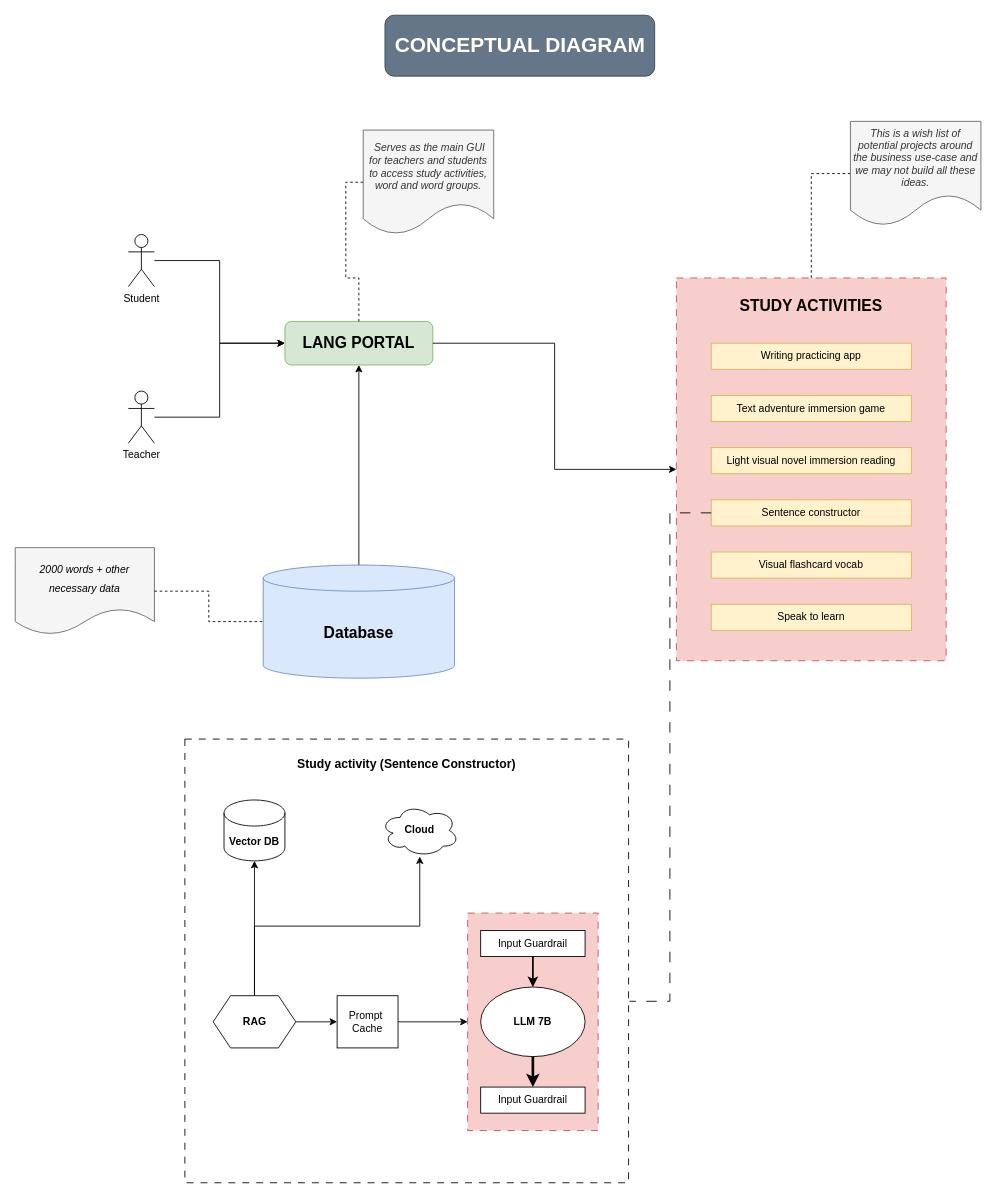
Above: genai-architecting/GenAI_architecture.drawio in viakos/free-genai-bootcamp-2025 (draw.io), before the change. Source tidied: cells renumbered, new cells numbered last; positions are measured from the earlier drawing's top-left corner, leaving out a move shared by most shapes. Both pictures are drawn from the tidied source at 87%, with x=0, y=0 at pixel (15, 15).
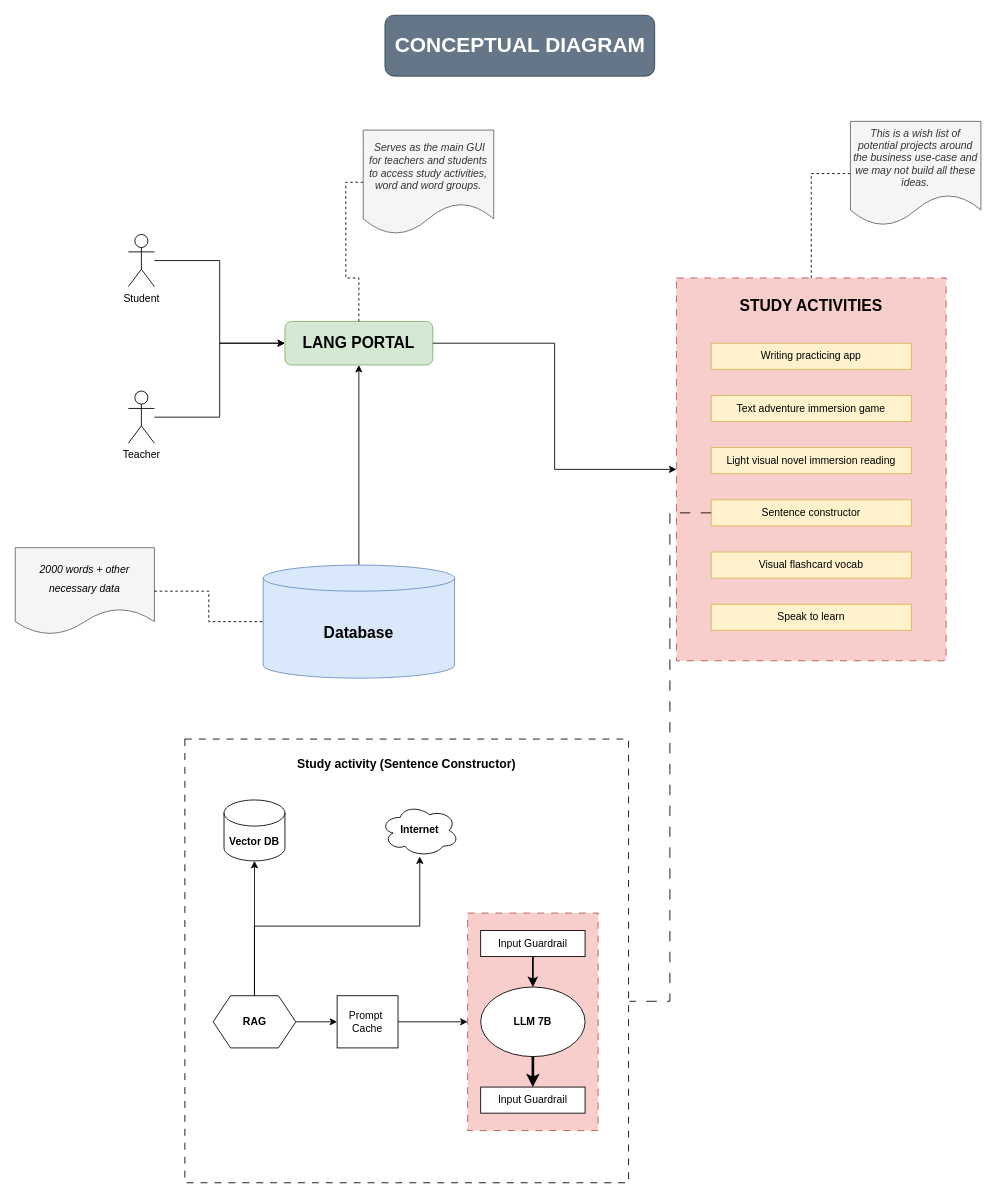
The same page after the edit.

Commit message:
Replace cloud by internet

Change to the diagram source:
```diff
@@
-    <mxCell id="25" value="&lt;h4&gt;Cloud&lt;/h4&gt;" style="ellipse;shape=cloud;whiteSpace=wrap;html=1;" parent="1" vertex="1">
+    <mxCell id="25" value="&lt;h4&gt;Internet&lt;/h4&gt;" style="ellipse;shape=cloud;whiteSpace=wrap;html=1;" parent="1" vertex="1">
       <mxGeometry x="420" y="907" width="90" height="60" as="geometry" />
     </mxCell>
```
